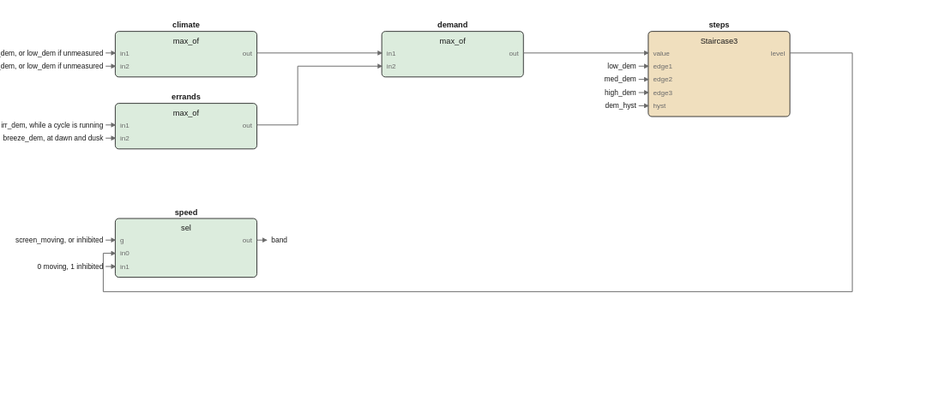
The draw.io diagram images/logic/fans_fbd.drawio.svg in pstch/botanik2, before a commit. Source tidied: cells renumbered, new cells last; positions are measured from the earlier drawing's top-left corner, leaving out a move shared by most shapes.
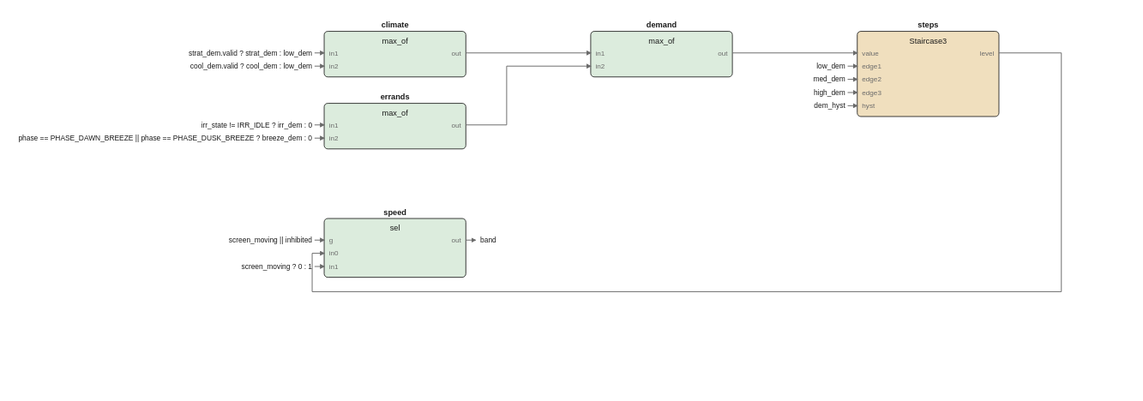
Later version of the same file.

What changed in the source:
```diff
@@ -138,8 +138,8 @@
         </Array>
       </mxGeometry>
     </mxCell>
-    <mxCell id="40" value="strat_dem, or low_dem if unmeasured" style="text;html=1;fontSize=6;fontColor=#1a1a1a;align=left;" parent="1" vertex="1">
-      <mxGeometry y="24" width="175" height="10" as="geometry" />
+    <mxCell id="40" value="strat_dem.valid ? strat_dem : low_dem" style="text;html=1;fontSize=6;fontColor=#1a1a1a;align=left;" parent="1" vertex="1">
+      <mxGeometry y="24" width="185" height="10" as="geometry" />
     </mxCell>
     <mxCell id="41" style="edgeStyle=none;html=1;strokeColor=#6b6b6b;endArrow=block;" parent="1" edge="1">
       <mxGeometry relative="1" as="geometry">
@@ -147,8 +147,8 @@
         <mxPoint x="10" y="28" as="targetPoint" />
       </mxGeometry>
     </mxCell>
-    <mxCell id="42" value="cool_dem, or low_dem if unmeasured" style="text;html=1;fontSize=6;fontColor=#1a1a1a;align=left;" parent="1" vertex="1">
-      <mxGeometry y="35" width="170" height="10" as="geometry" />
+    <mxCell id="42" value="cool_dem.valid ? cool_dem : low_dem" style="text;html=1;fontSize=6;fontColor=#1a1a1a;align=left;" parent="1" vertex="1">
+      <mxGeometry y="35" width="175" height="10" as="geometry" />
     </mxCell>
     <mxCell id="43" style="edgeStyle=none;html=1;strokeColor=#6b6b6b;endArrow=block;" parent="1" edge="1">
       <mxGeometry relative="1" as="geometry">
@@ -156,8 +156,8 @@
         <mxPoint x="10" y="39" as="targetPoint" />
       </mxGeometry>
     </mxCell>
-    <mxCell id="44" value="irr_dem, while a cycle is running" style="text;html=1;fontSize=6;fontColor=#1a1a1a;align=left;" parent="1" vertex="1">
-      <mxGeometry y="84" width="165" height="10" as="geometry" />
+    <mxCell id="44" value="irr_state != IRR_IDLE ? irr_dem : 0" style="text;html=1;fontSize=6;fontColor=#1a1a1a;align=left;" parent="1" vertex="1">
+      <mxGeometry y="84" width="175" height="10" as="geometry" />
     </mxCell>
     <mxCell id="45" style="edgeStyle=none;html=1;strokeColor=#6b6b6b;endArrow=block;" parent="1" edge="1">
       <mxGeometry relative="1" as="geometry">
@@ -165,8 +165,8 @@
         <mxPoint x="10" y="88" as="targetPoint" />
       </mxGeometry>
     </mxCell>
-    <mxCell id="46" value="breeze_dem, at dawn and dusk" style="text;html=1;fontSize=6;fontColor=#1a1a1a;align=left;" parent="1" vertex="1">
-      <mxGeometry y="95" width="140" height="10" as="geometry" />
+    <mxCell id="46" value="phase == PHASE_DAWN_BREEZE || phase == PHASE_DUSK_BREEZE ? breeze_dem : 0" style="text;html=1;fontSize=6;fontColor=#1a1a1a;align=left;" parent="1" vertex="1">
+      <mxGeometry y="95" width="365" height="10" as="geometry" />
     </mxCell>
     <mxCell id="47" style="edgeStyle=none;html=1;strokeColor=#6b6b6b;endArrow=block;" parent="1" edge="1">
       <mxGeometry relative="1" as="geometry">
@@ -210,8 +210,8 @@
         <mxPoint x="454" y="72" as="targetPoint" />
       </mxGeometry>
     </mxCell>
-    <mxCell id="56" value="screen_moving, or inhibited" style="text;html=1;fontSize=6;fontColor=#1a1a1a;align=left;" parent="1" vertex="1">
-      <mxGeometry y="180" width="135" height="10" as="geometry" />
+    <mxCell id="56" value="screen_moving || inhibited" style="text;html=1;fontSize=6;fontColor=#1a1a1a;align=left;" parent="1" vertex="1">
+      <mxGeometry y="180" width="130" height="10" as="geometry" />
     </mxCell>
     <mxCell id="57" style="edgeStyle=none;html=1;strokeColor=#6b6b6b;endArrow=block;" parent="1" edge="1">
       <mxGeometry relative="1" as="geometry">
@@ -219,7 +219,7 @@
         <mxPoint x="10" y="184" as="targetPoint" />
       </mxGeometry>
     </mxCell>
-    <mxCell id="58" value="0 moving, 1 inhibited" style="text;html=1;fontSize=6;fontColor=#1a1a1a;align=left;" parent="1" vertex="1">
+    <mxCell id="58" value="screen_moving ? 0 : 1" style="text;html=1;fontSize=6;fontColor=#1a1a1a;align=left;" parent="1" vertex="1">
       <mxGeometry y="202" width="105" height="10" as="geometry" />
     </mxCell>
     <mxCell id="59" style="edgeStyle=none;html=1;strokeColor=#6b6b6b;endArrow=block;" parent="1" edge="1">
```
